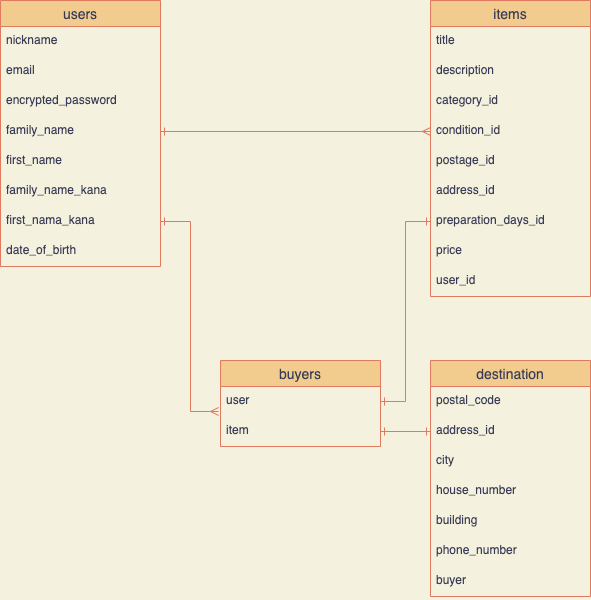
Earlier version of the draw.io export ERdiagram.png (supplepom/furima-32578). Source tidied: cells renumbered, new cells last; positions are measured from the earlier drawing's top-left corner, leaving out a move shared by most shapes.
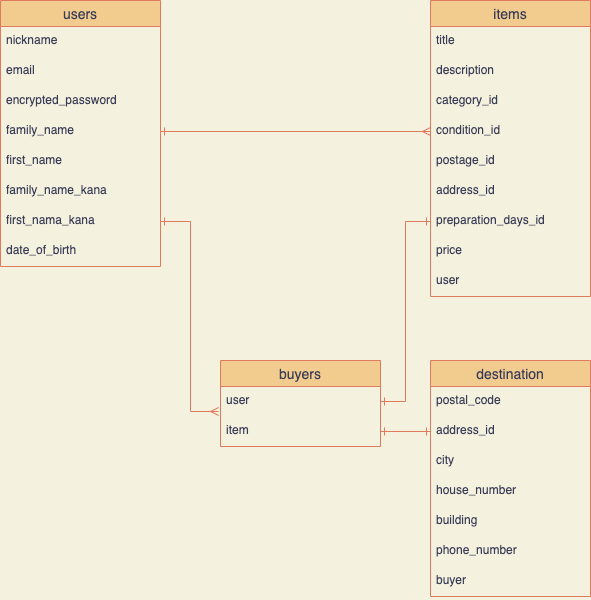
The same diagram one commit later.

Diff of the diagram source:
```diff
@@ -89,7 +89,7 @@
     <mxCell id="30" value="price" style="text;strokeColor=none;fillColor=none;spacingLeft=4;spacingRight=4;overflow=hidden;fontSize=12;fontColor=#393C56;" parent="22" vertex="1">
       <mxGeometry y="236" width="160" height="30" as="geometry" />
     </mxCell>
-    <mxCell id="31" value="user_id" style="text;strokeColor=none;fillColor=none;spacingLeft=4;spacingRight=4;overflow=hidden;fontSize=12;fontColor=#393C56;" parent="22" vertex="1">
+    <mxCell id="31" value="user" style="text;strokeColor=none;fillColor=none;spacingLeft=4;spacingRight=4;overflow=hidden;fontSize=12;fontColor=#393C56;" parent="22" vertex="1">
       <mxGeometry y="266" width="160" height="30" as="geometry" />
     </mxCell>
     <mxCell id="32" style="edgeStyle=orthogonalEdgeStyle;rounded=0;jettySize=auto;html=1;entryX=0;entryY=0.5;entryDx=0;entryDy=0;endArrow=ERmany;endFill=0;startArrow=ERone;startFill=0;labelBackgroundColor=#F4F1DE;strokeColor=#E07A5F;fontColor=#393C56;" parent="1" edge="1" target="26">
```
